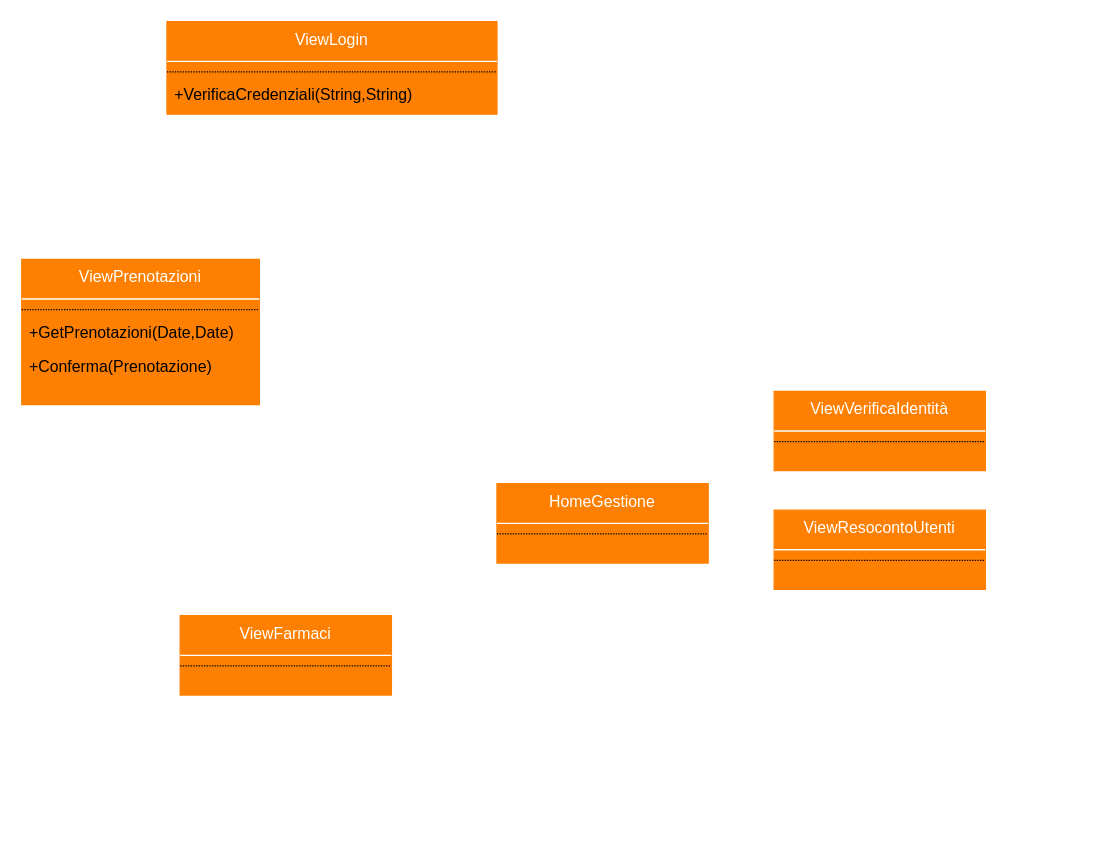
Above: page "ViewFarmacia" (2 of 3) of drawio/DettaglioFarmacia.drawio in lnwor/farmabyte-doc (draw.io), before the change. Source tidied: cells renumbered, new cells numbered last; positions are measured from the earlier drawing's top-left corner, leaving out a move shared by most shapes. Both pictures are drawn from the tidied source at 132%, with x=0, y=0 at pixel (21, 21).
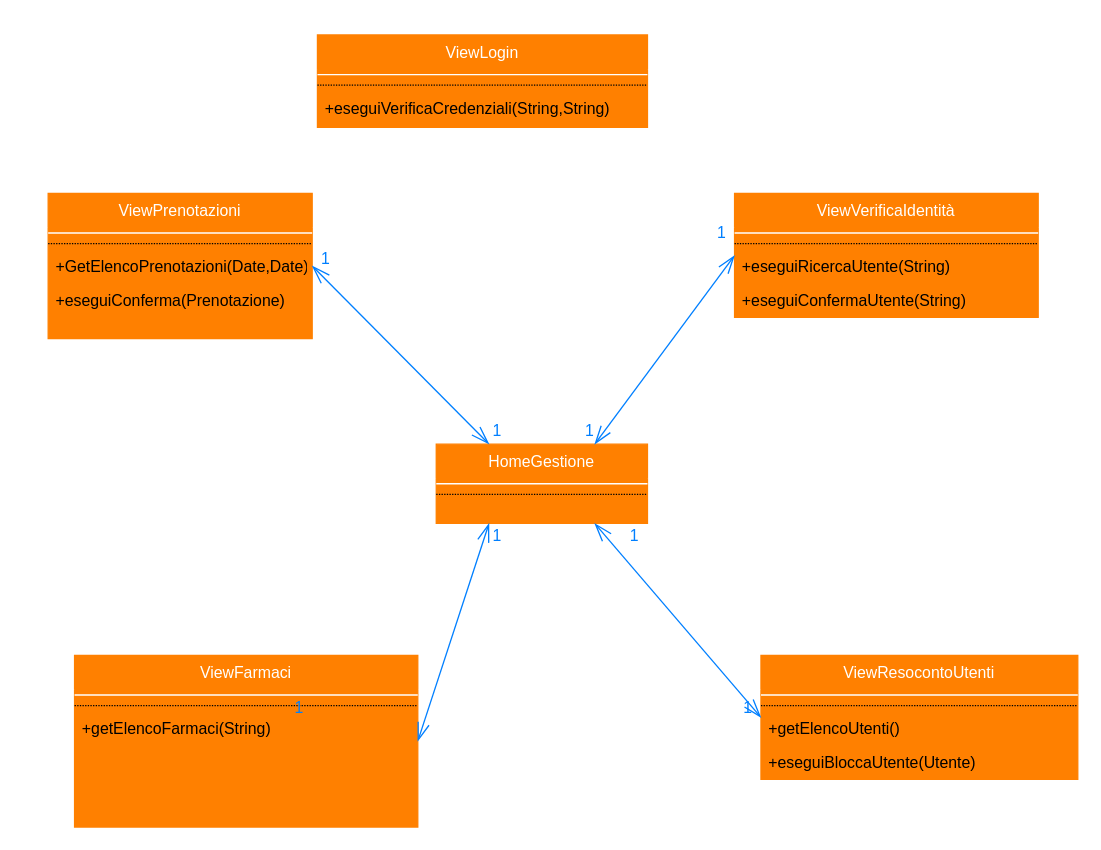
The same diagram, later.

Diff of the diagram source:
```diff
@@
     <mxCell id="2" value="HomeGestione" style="swimlane;fontStyle=0;align=center;verticalAlign=top;horizontal=1;startSize=26;rounded=0;shadow=0;strokeWidth=1;fontColor=#ffffff;swimlaneFillColor=#FF8000;strokeColor=#FF8000;fillColor=#FF8000;" parent="1" vertex="1">
-      <mxGeometry x="360" y="350" width="160" height="60" as="geometry" />
+      <mxGeometry x="314" y="320" width="160" height="60" as="geometry" />
     </mxCell>
@@
     <mxCell id="5" value="ViewPrenotazioni" style="swimlane;fontStyle=0;align=center;verticalAlign=top;horizontal=1;startSize=26;rounded=0;shadow=0;strokeWidth=1;fontColor=#ffffff;swimlaneFillColor=#FF8000;strokeColor=#FF8000;fillColor=#FF8000;" parent="1" vertex="1">
-      <mxGeometry y="180" width="180" height="110" as="geometry" />
+      <mxGeometry x="20" y="130" width="200" height="110" as="geometry" />
     </mxCell>
     <mxCell id="6" style="line;html=1;strokeWidth=1;align=left;verticalAlign=middle;spacingTop=-1;spacingLeft=3;spacingRight=3;labelPosition=right;strokeColor=#FFFFFF;" parent="5" vertex="1">
-      <mxGeometry y="26" width="180" height="8" as="geometry" />
+      <mxGeometry y="26" width="200" height="8" as="geometry" />
     </mxCell>
     <mxCell id="7" style="line;html=1;strokeWidth=1;align=left;verticalAlign=middle;spacingTop=-1;spacingLeft=3;spacingRight=3;labelPosition=right;dashed=1;dashPattern=1 1;" parent="5" vertex="1">
-      <mxGeometry y="34" width="180" height="8" as="geometry" />
+      <mxGeometry y="34" width="200" height="8" as="geometry" />
     </mxCell>
-    <mxCell id="8" value="+GetPrenotazioni(Date,Date)" style="text;align=left;verticalAlign=top;spacingLeft=4;spacingRight=4;overflow=hidden;points=[[0,0.5],[1,0.5]];portConstraint=eastwest;" parent="5" vertex="1">
-      <mxGeometry y="42" width="180" height="26" as="geometry" />
+    <mxCell id="8" value="+GetElencoPrenotazioni(Date,Date)" style="text;align=left;verticalAlign=top;spacingLeft=4;spacingRight=4;overflow=hidden;points=[[0,0.5],[1,0.5]];portConstraint=eastwest;" parent="5" vertex="1">
+      <mxGeometry y="42" width="200" height="26" as="geometry" />
     </mxCell>
-    <mxCell id="9" value="+Conferma(Prenotazione)" style="text;align=left;verticalAlign=top;spacingLeft=4;spacingRight=4;overflow=hidden;" parent="5" vertex="1">
-      <mxGeometry y="68" width="180" height="26" as="geometry" />
+    <mxCell id="9" value="+eseguiConferma(Prenotazione)" style="text;align=left;verticalAlign=top;spacingLeft=4;spacingRight=4;overflow=hidden;" parent="5" vertex="1">
+      <mxGeometry y="68" width="200" height="26" as="geometry" />
     </mxCell>
     <mxCell id="10" value="ViewVerificaIdentità" style="swimlane;fontStyle=0;align=center;verticalAlign=top;horizontal=1;startSize=26;rounded=0;shadow=0;strokeWidth=1;fontColor=#ffffff;swimlaneFillColor=#FF8000;strokeColor=#FF8000;fillColor=#FF8000;" parent="1" vertex="1">
-      <mxGeometry x="570" y="280" width="160" height="60" as="geometry" />
+      <mxGeometry x="540" y="130" width="230" height="94" as="geometry" />
     </mxCell>
     <mxCell id="11" style="line;html=1;strokeWidth=1;align=left;verticalAlign=middle;spacingTop=-1;spacingLeft=3;spacingRight=3;labelPosition=right;strokeColor=#FFFFFF;" parent="10" vertex="1">
-      <mxGeometry y="26" width="160" height="8" as="geometry" />
+      <mxGeometry y="26" width="230" height="8" as="geometry" />
     </mxCell>
     <mxCell id="12" style="line;html=1;strokeWidth=1;align=left;verticalAlign=middle;spacingTop=-1;spacingLeft=3;spacingRight=3;labelPosition=right;dashed=1;dashPattern=1 1;" parent="10" vertex="1">
-      <mxGeometry y="34" width="160" height="8" as="geometry" />
+      <mxGeometry y="34" width="230" height="8" as="geometry" />
     </mxCell>
+    <mxCell id="23" value="+eseguiRicercaUtente(String)" style="text;align=left;verticalAlign=top;spacingLeft=4;spacingRight=4;overflow=hidden;" parent="10" vertex="1">
+      <mxGeometry y="42" width="230" height="26" as="geometry" />
+    </mxCell>
+    <mxCell id="24" value="+eseguiConfermaUtente(String)" style="text;align=left;verticalAlign=top;spacingLeft=4;spacingRight=4;overflow=hidden;" parent="10" vertex="1">
+      <mxGeometry y="68" width="230" height="26" as="geometry" />
+    </mxCell>
     <mxCell id="13" value="ViewResocontoUtenti" style="swimlane;fontStyle=0;align=center;verticalAlign=top;horizontal=1;startSize=26;rounded=0;shadow=0;strokeWidth=1;fontColor=#ffffff;swimlaneFillColor=#FF8000;strokeColor=#FF8000;fillColor=#FF8000;" parent="1" vertex="1">
-      <mxGeometry x="570" y="370" width="160" height="60" as="geometry" />
+      <mxGeometry x="560" y="480" width="240" height="94" as="geometry" />
     </mxCell>
     <mxCell id="14" style="line;html=1;strokeWidth=1;align=left;verticalAlign=middle;spacingTop=-1;spacingLeft=3;spacingRight=3;labelPosition=right;strokeColor=#FFFFFF;" parent="13" vertex="1">
-      <mxGeometry y="26" width="160" height="8" as="geometry" />
+      <mxGeometry y="26" width="240" height="8" as="geometry" />
     </mxCell>
     <mxCell id="15" style="line;html=1;strokeWidth=1;align=left;verticalAlign=middle;spacingTop=-1;spacingLeft=3;spacingRight=3;labelPosition=right;dashed=1;dashPattern=1 1;" parent="13" vertex="1">
-      <mxGeometry y="34" width="160" height="8" as="geometry" />
+      <mxGeometry y="34" width="240" height="8" as="geometry" />
     </mxCell>
+    <mxCell id="25" value="+getElencoUtenti()" style="text;align=left;verticalAlign=top;spacingLeft=4;spacingRight=4;overflow=hidden;" parent="13" vertex="1">
+      <mxGeometry y="42" width="240" height="26" as="geometry" />
+    </mxCell>
+    <mxCell id="26" value="+eseguiBloccaUtente(Utente)" style="text;align=left;verticalAlign=top;spacingLeft=4;spacingRight=4;overflow=hidden;" parent="13" vertex="1">
+      <mxGeometry y="68" width="240" height="26" as="geometry" />
+    </mxCell>
     <mxCell id="16" value="ViewFarmaci" style="swimlane;fontStyle=0;align=center;verticalAlign=top;horizontal=1;startSize=26;rounded=0;shadow=0;strokeWidth=1;fontColor=#ffffff;swimlaneFillColor=#FF8000;strokeColor=#FF8000;fillColor=#FF8000;" parent="1" vertex="1">
-      <mxGeometry x="120" y="450" width="160" height="60" as="geometry" />
+      <mxGeometry x="40" y="480" width="260" height="130" as="geometry" />
     </mxCell>
     <mxCell id="17" style="line;html=1;strokeWidth=1;align=left;verticalAlign=middle;spacingTop=-1;spacingLeft=3;spacingRight=3;labelPosition=right;strokeColor=#FFFFFF;" parent="16" vertex="1">
-      <mxGeometry y="26" width="160" height="8" as="geometry" />
+      <mxGeometry y="26" width="260" height="8" as="geometry" />
     </mxCell>
     <mxCell id="18" style="line;html=1;strokeWidth=1;align=left;verticalAlign=middle;spacingTop=-1;spacingLeft=3;spacingRight=3;labelPosition=right;dashed=1;dashPattern=1 1;" parent="16" vertex="1">
-      <mxGeometry y="34" width="160" height="8" as="geometry" />
+      <mxGeometry y="34" width="260" height="8" as="geometry" />
     </mxCell>
+    <mxCell id="27" value="+getElencoFarmaci(String)" style="text;align=left;verticalAlign=top;spacingLeft=4;spacingRight=4;overflow=hidden;" parent="16" vertex="1">
+      <mxGeometry y="42" width="260" height="26" as="geometry" />
+    </mxCell>
     <mxCell id="19" value="ViewLogin" style="swimlane;fontStyle=0;align=center;verticalAlign=top;horizontal=1;startSize=26;rounded=0;shadow=0;strokeWidth=1;fontColor=#ffffff;swimlaneFillColor=#FF8000;strokeColor=#FF8000;fillColor=#FF8000;" parent="1" vertex="1">
-      <mxGeometry x="110" width="250" height="70" as="geometry" />
+      <mxGeometry x="224" y="10" width="250" height="70" as="geometry" />
     </mxCell>
@@
-    <mxCell id="22" value="+VerificaCredenziali(String,String)" style="text;align=left;verticalAlign=top;spacingLeft=4;spacingRight=4;overflow=hidden;" parent="19" vertex="1">
+    <mxCell id="22" value="+eseguiVerificaCredenziali(String,String)" style="text;align=left;verticalAlign=top;spacingLeft=4;spacingRight=4;overflow=hidden;" parent="19" vertex="1">
       <mxGeometry y="42" width="250" height="26" as="geometry" />
     </mxCell>
+    <mxCell id="28" style="endArrow=openThin;html=1;exitX=0.25;exitY=0;exitDx=0;exitDy=0;endFill=0;jumpSize=6;startSize=12;endSize=12;strokeColor=#007FFF;startArrow=openThin;startFill=0;entryX=1;entryY=0.5;entryDx=0;entryDy=0;" parent="1" edge="1" source="2" target="8">
+      <mxGeometry relative="1" as="geometry" />
+    </mxCell>
+    <mxCell id="29" style="endArrow=openThin;html=1;exitX=0.75;exitY=0;exitDx=0;exitDy=0;endFill=0;jumpSize=6;startSize=12;endSize=12;strokeColor=#007FFF;startArrow=openThin;startFill=0;entryX=0;entryY=0.5;entryDx=0;entryDy=0;" parent="1" edge="1" source="2" target="10">
+      <mxGeometry relative="1" as="geometry" />
+    </mxCell>
+    <mxCell id="30" style="endArrow=openThin;html=1;endFill=0;jumpSize=6;startSize=12;endSize=12;strokeColor=#007FFF;startArrow=openThin;startFill=0;entryX=0.75;entryY=1;entryDx=0;entryDy=0;exitX=0;exitY=0.5;exitDx=0;exitDy=0;" parent="1" edge="1" source="13" target="2">
+      <mxGeometry relative="1" as="geometry" />
+    </mxCell>
+    <mxCell id="31" style="endArrow=openThin;html=1;endFill=0;jumpSize=6;startSize=12;endSize=12;strokeColor=#007FFF;startArrow=openThin;startFill=0;entryX=0.25;entryY=1;entryDx=0;entryDy=0;exitX=1;exitY=0.5;exitDx=0;exitDy=0;" parent="1" edge="1" source="16" target="2">
+      <mxGeometry relative="1" as="geometry" />
+    </mxCell>
+    <mxCell id="32" value="&lt;font color=&quot;#007fff&quot;&gt;1&lt;/font&gt;" style="text;html=1;align=center;verticalAlign=middle;strokeColor=none;" parent="1" vertex="1">
+      <mxGeometry x="350" y="300" width="20" height="20" as="geometry" />
+    </mxCell>
+    <mxCell id="33" value="&lt;font color=&quot;#007fff&quot;&gt;1&lt;/font&gt;" style="text;html=1;align=center;verticalAlign=middle;strokeColor=none;" parent="1" vertex="1">
+      <mxGeometry x="420" y="300" width="20" height="20" as="geometry" />
+    </mxCell>
+    <mxCell id="34" value="&lt;font color=&quot;#007fff&quot;&gt;1&lt;/font&gt;" style="text;html=1;align=center;verticalAlign=middle;strokeColor=none;" parent="1" vertex="1">
+      <mxGeometry x="520" y="150" width="20" height="20" as="geometry" />
+    </mxCell>
+    <mxCell id="35" value="&lt;font color=&quot;#007fff&quot;&gt;1&lt;/font&gt;" style="text;html=1;align=center;verticalAlign=middle;strokeColor=none;" parent="1" vertex="1">
+      <mxGeometry x="454" y="380" width="20" height="20" as="geometry" />
+    </mxCell>
+    <mxCell id="36" value="&lt;font color=&quot;#007fff&quot;&gt;1&lt;/font&gt;" style="text;html=1;align=center;verticalAlign=middle;strokeColor=none;" parent="1" vertex="1">
+      <mxGeometry x="540" y="510" width="20" height="20" as="geometry" />
+    </mxCell>
+    <mxCell id="37" value="&lt;font color=&quot;#007fff&quot;&gt;1&lt;/font&gt;" style="text;html=1;align=center;verticalAlign=middle;strokeColor=none;" parent="1" vertex="1">
+      <mxGeometry x="220" y="170" width="20" height="20" as="geometry" />
+    </mxCell>
+    <mxCell id="38" value="&lt;font color=&quot;#007fff&quot;&gt;1&lt;/font&gt;" style="text;html=1;align=center;verticalAlign=middle;strokeColor=none;" parent="1" vertex="1">
+      <mxGeometry x="350" y="380" width="20" height="20" as="geometry" />
+    </mxCell>
+    <mxCell id="39" value="&lt;font color=&quot;#007fff&quot;&gt;1&lt;/font&gt;" style="text;html=1;align=center;verticalAlign=middle;strokeColor=none;" parent="1" vertex="1">
+      <mxGeometry x="200" y="510" width="20" height="20" as="geometry" />
+    </mxCell>
```
